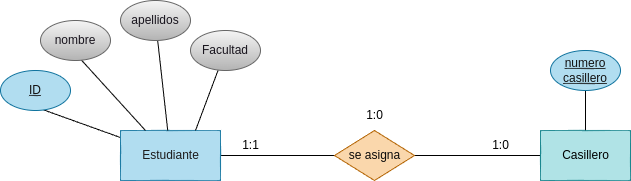
The draw.io diagram tareas/tarea-3/images/ejercicio2.drawio.png in betancorge/base-datos-2, before a commit. Source tidied: cells renumbered, new cells last; positions are measured from the earlier drawing's top-left corner, leaving out a move shared by most shapes.
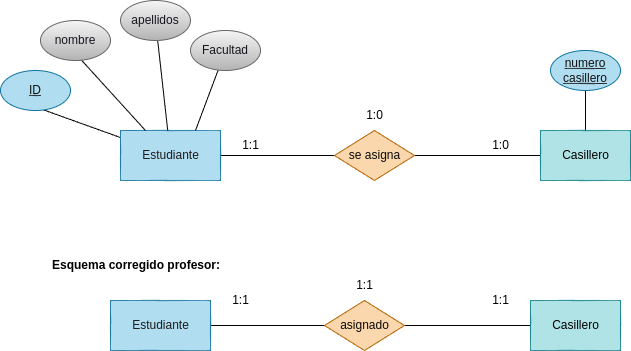
Later version of the same file.

What changed in the source:
```diff
@@ -56,5 +56,32 @@
     <mxCell id="19" value="&lt;font color=&quot;#18141d&quot;&gt;Facultad&lt;/font&gt;" style="ellipse;whiteSpace=wrap;html=1;align=center;fillColor=#f5f5f5;gradientColor=#b3b3b3;strokeColor=#666666;" parent="1" vertex="1">
       <mxGeometry x="190" y="30" width="70" height="40" as="geometry" />
     </mxCell>
+    <mxCell id="20" value="&lt;h1 style=&quot;margin-top: 0px;&quot;&gt;&lt;font style=&quot;font-size: 12px;&quot;&gt;Esquema corregido profesor:&lt;/font&gt;&lt;/h1&gt;" style="text;html=1;whiteSpace=wrap;overflow=hidden;rounded=0;" parent="1" vertex="1">
+      <mxGeometry x="50" y="240" width="190" height="50" as="geometry" />
+    </mxCell>
+    <mxCell id="21" style="edgeStyle=none;html=1;entryX=0;entryY=0.5;entryDx=0;entryDy=0;endArrow=none;endFill=0;" parent="1" edge="1" source="22" target="24">
+      <mxGeometry relative="1" as="geometry" />
+    </mxCell>
+    <mxCell id="22" value="&lt;font color=&quot;#1d1b1b&quot;&gt;Estudiante&lt;/font&gt;" style="html=1;dashed=0;whitespace=wrap;fillColor=#b1ddf0;strokeColor=#10739e;" parent="1" vertex="1">
+      <mxGeometry x="110" y="300" width="100" height="50" as="geometry" />
+    </mxCell>
+    <mxCell id="23" style="edgeStyle=none;html=1;exitX=1;exitY=0.5;exitDx=0;exitDy=0;entryX=0;entryY=0.5;entryDx=0;entryDy=0;endArrow=none;endFill=0;" parent="1" edge="1" source="24" target="25">
+      <mxGeometry relative="1" as="geometry" />
+    </mxCell>
+    <mxCell id="24" value="&lt;font color=&quot;#0a0a0a&quot;&gt;asignado&lt;/font&gt;" style="shape=rhombus;html=1;dashed=0;whitespace=wrap;perimeter=rhombusPerimeter;fillColor=#fad7ac;strokeColor=#b46504;" parent="1" vertex="1">
+      <mxGeometry x="324" y="300" width="80" height="50" as="geometry" />
+    </mxCell>
+    <mxCell id="25" value="&lt;font color=&quot;#000000&quot;&gt;Casillero&lt;/font&gt;" style="html=1;dashed=0;whitespace=wrap;fillColor=#b0e3e6;strokeColor=#0e8088;" parent="1" vertex="1">
+      <mxGeometry x="530" y="300" width="90" height="50" as="geometry" />
+    </mxCell>
+    <mxCell id="26" value="1:1" style="text;html=1;align=center;verticalAlign=middle;strokeColor=none;fillColor=none;" parent="1" vertex="1">
+      <mxGeometry x="480" y="285" width="40" height="30" as="geometry" />
+    </mxCell>
+    <mxCell id="27" value="1:1" style="text;html=1;align=center;verticalAlign=middle;strokeColor=none;fillColor=none;" parent="1" vertex="1">
+      <mxGeometry x="344" y="270" width="40" height="30" as="geometry" />
+    </mxCell>
+    <mxCell id="28" value="1:1" style="text;html=1;align=center;verticalAlign=middle;strokeColor=none;fillColor=none;" parent="1" vertex="1">
+      <mxGeometry x="220" y="285" width="40" height="30" as="geometry" />
+    </mxCell>
   </root>
 </mxGraphModel>
```
